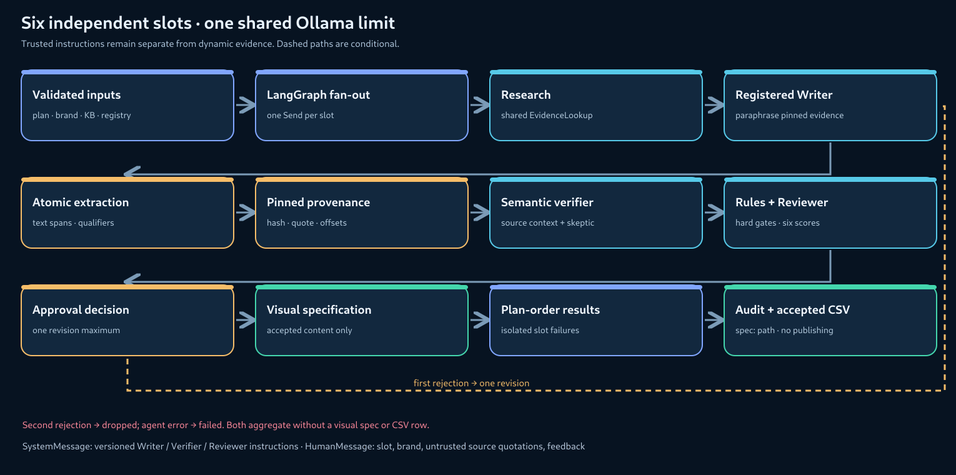
The Mermaid diagram audit/visuals/workflow.png in ShadyMayez/Sanad-Squad-task1, before a commit. Its source is kept beside it as audit/visuals/workflow.mmd.
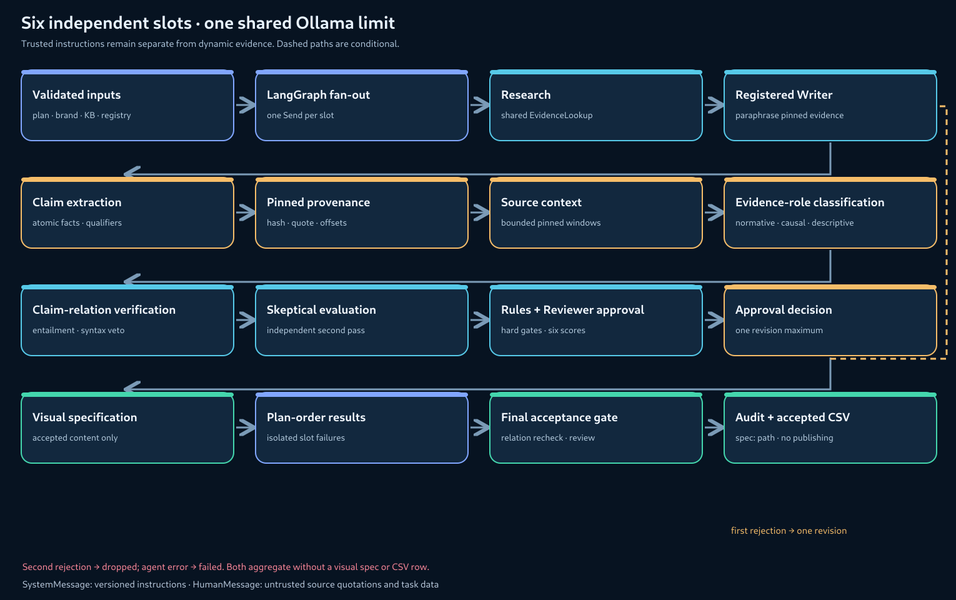
The same diagram one commit later.

What changed in the source:
```diff
@@ -2,9 +2,9 @@
   I[Validated inputs] --> F[LangGraph Send per slot]
   F --> R[Research / EvidenceLookup] --> W[Registered Writer]
   W --> X[Atomic claim extraction] --> P[Pinned source provenance]
-  P --> S
+  P --> C
   subgraph SemanticNode[One LangGraph semantic node]
-    S[Verifier selects exact spans] --> C[Bounded pinned context retrieval] --> K[Independent skeptical audit]
+    C[Bounded pinned context] --> ROL[Evidence-role classification] --> REL[Claim-relation verification and veto] --> K[Independent skeptical audit]
   end
   K --> Q[Hard rules + Reviewer]
   Q --> D{Approved, valid, supported?}
@@ -13,20 +13,20 @@
   D -->|second rejection| Drop[Dropped] --> A
   R -->|error| Fail[Failed slot] --> A
   P -->|source error| Fail
-  S -->|verifier error| Fail
+  REL -->|verifier error| Fail
   K -->|verifier error| Fail
   Q -->|review error| Fail
   V -->|visual error| Fail
-  A --> E[JSON audit + accepted-only CSV]
+  A --> G[Final acceptance relation recheck] --> E[JSON audit + accepted-only CSV]
   T[[Trusted SystemMessage instructions]] -.-> W
-  T -.-> S
+  T -.-> REL
   T -.-> K
   T -.-> Q
   U[[Dynamic HumanMessage task and untrusted sources]] -.-> W
-  U -.-> S
+  U -.-> REL
   U -.-> K
   U -.-> Q
   L[[Shared bounded Ollama]] -.-> W
-  L -.-> S
+  L -.-> REL
   L -.-> K
   L -.-> Q
```
